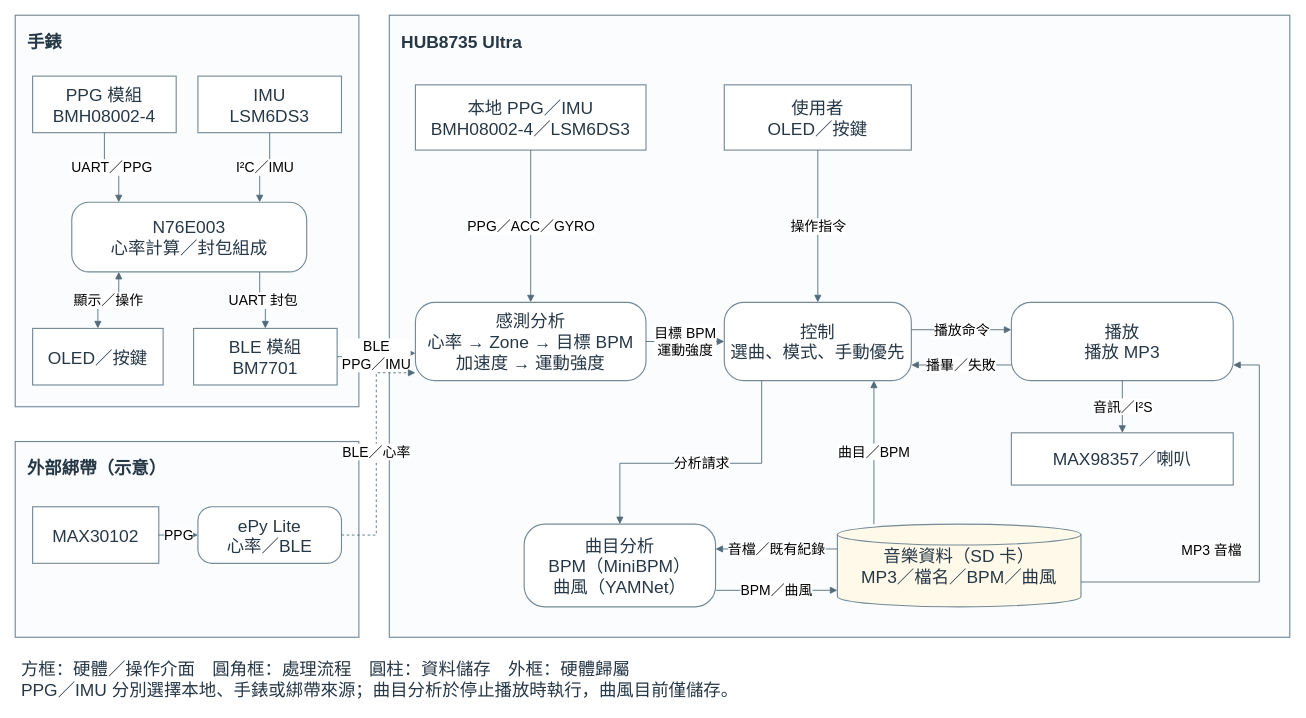
Above: page "系統資料流程圖" (1 of 2) of docs/project-overview/system_architecture.drawio in Squirrel-li/hear-your-heart (draw.io), before the change. Source tidied: cells renumbered, new cells numbered last; positions are measured from the earlier drawing's top-left corner, leaving out a move shared by most shapes. Both pictures are drawn from the tidied source at 87%, with x=0, y=0 at pixel (15, 15).
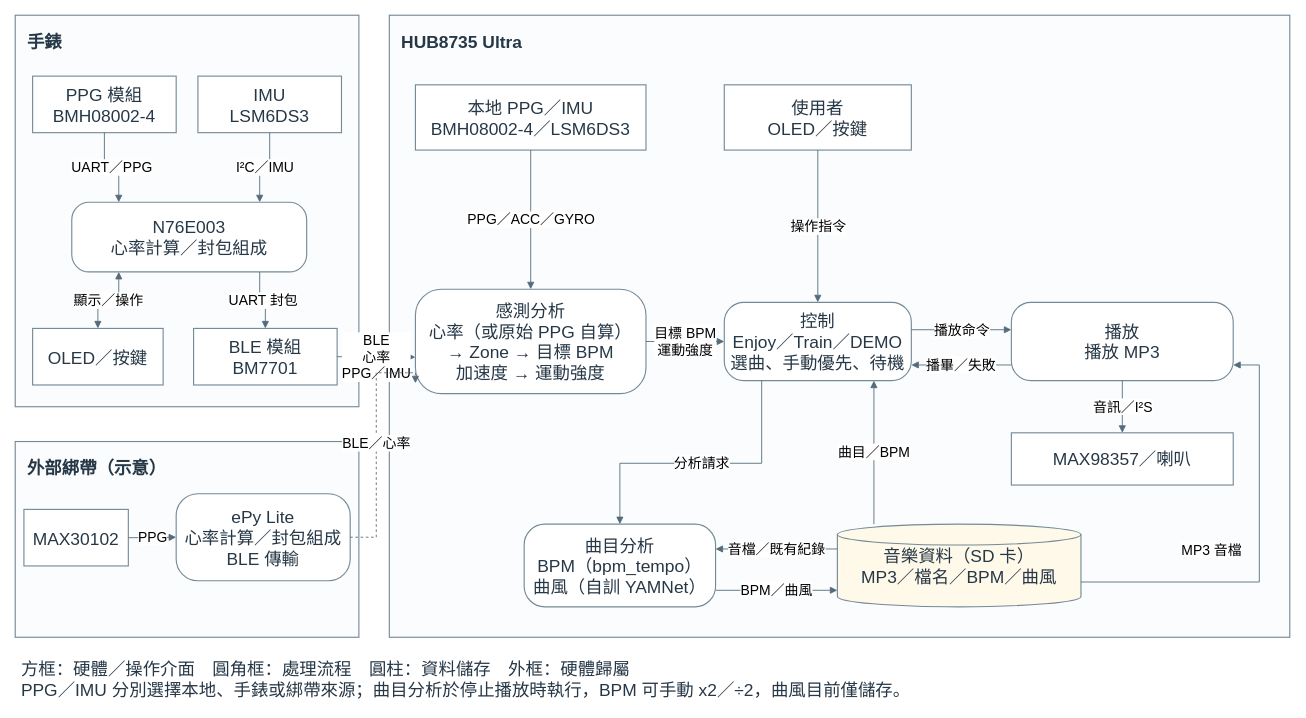
After the change.

Unchanged cells that the change refers to:
```xml
<mxCell id="8" value="BLE 模組&lt;br&gt;BM7701" style="whiteSpace=wrap;html=1;fontFamily=Microsoft JhengHei;fontSize=20;fontColor=#263746;strokeColor=#758a97;strokeWidth=1.3;rounded=0;fillColor=#ffffff;" parent="1" vertex="1">
  <mxGeometry x="205" y="360" width="165" height="65" as="geometry" />
</mxCell>
```

Change to the diagram source:
```diff
@@
     <mxCell id="10" value="MAX30102" style="whiteSpace=wrap;html=1;fontFamily=Microsoft JhengHei;fontSize=20;fontColor=#263746;strokeColor=#758a97;strokeWidth=1.3;rounded=0;fillColor=#ffffff;" parent="1" vertex="1">
-      <mxGeometry x="20" y="565" width="145" height="65" as="geometry" />
+      <mxGeometry x="10" y="568" width="120" height="65" as="geometry" />
     </mxCell>
-    <mxCell id="11" value="ePy Lite&lt;br&gt;心率／BLE" style="whiteSpace=wrap;html=1;fontFamily=Microsoft JhengHei;fontSize=20;fontColor=#263746;strokeColor=#758a97;strokeWidth=1.3;rounded=1;arcSize=25;fillColor=#ffffff;" parent="1" vertex="1">
-      <mxGeometry x="210" y="565" width="165" height="65" as="geometry" />
+    <mxCell id="11" value="ePy Lite&lt;br&gt;心率計算／封包組成&lt;br&gt;BLE 傳輸" style="whiteSpace=wrap;html=1;fontFamily=Microsoft JhengHei;fontSize=20;fontColor=#263746;strokeColor=#758a97;strokeWidth=1.3;rounded=1;arcSize=25;fillColor=#ffffff;" parent="1" vertex="1">
+      <mxGeometry x="185" y="550" width="200" height="100" as="geometry" />
     </mxCell>
@@
-    <mxCell id="14" value="感測分析&lt;br&gt;心率 → Zone → 目標 BPM&lt;br&gt;加速度 → 運動強度" style="whiteSpace=wrap;html=1;fontFamily=Microsoft JhengHei;fontSize=20;fontColor=#263746;strokeColor=#758a97;strokeWidth=1.3;rounded=1;arcSize=25;fillColor=#ffffff;" parent="1" vertex="1">
-      <mxGeometry x="460" y="330" width="265" height="90" as="geometry" />
+    <mxCell id="14" value="感測分析&lt;br&gt;心率（或原始 PPG 自算）&lt;br&gt;→ Zone → 目標 BPM&lt;br&gt;加速度 → 運動強度" style="whiteSpace=wrap;html=1;fontFamily=Microsoft JhengHei;fontSize=20;fontColor=#263746;strokeColor=#758a97;strokeWidth=1.3;rounded=1;arcSize=25;fillColor=#ffffff;" parent="1" vertex="1">
+      <mxGeometry x="460" y="315" width="265" height="120" as="geometry" />
     </mxCell>
-    <mxCell id="15" value="控制&lt;br&gt;選曲、模式、手動優先" style="whiteSpace=wrap;html=1;fontFamily=Microsoft JhengHei;fontSize=20;fontColor=#263746;strokeColor=#758a97;strokeWidth=1.3;rounded=1;arcSize=25;fillColor=#ffffff;" parent="1" vertex="1">
+    <mxCell id="15" value="控制&lt;br&gt;Enjoy／Train／DEMO&lt;br&gt;選曲、手動優先、待機" style="whiteSpace=wrap;html=1;fontFamily=Microsoft JhengHei;fontSize=20;fontColor=#263746;strokeColor=#758a97;strokeWidth=1.3;rounded=1;arcSize=25;fillColor=#ffffff;" parent="1" vertex="1">
       <mxGeometry x="815" y="330" width="215" height="90" as="geometry" />
     </mxCell>
@@
-    <mxCell id="18" value="曲目分析&lt;br&gt;BPM（MiniBPM）&lt;br&gt;曲風（YAMNet）" style="whiteSpace=wrap;html=1;fontFamily=Microsoft JhengHei;fontSize=20;fontColor=#263746;strokeColor=#758a97;strokeWidth=1.3;rounded=1;arcSize=25;fillColor=#ffffff;" parent="1" vertex="1">
+    <mxCell id="18" value="曲目分析&lt;br&gt;BPM（bpm_tempo）&lt;br&gt;曲風（自訓 YAMNet）" style="whiteSpace=wrap;html=1;fontFamily=Microsoft JhengHei;fontSize=20;fontColor=#263746;strokeColor=#758a97;strokeWidth=1.3;rounded=1;arcSize=25;fillColor=#ffffff;" parent="1" vertex="1">
       <mxGeometry x="585" y="585" width="220" height="95" as="geometry" />
     </mxCell>
@@
-    <mxCell id="25" value="BLE&lt;br&gt;PPG／IMU" style="edgeStyle=orthogonalEdgeStyle;rounded=0;html=1;fontFamily=Microsoft JhengHei;fontSize=16;labelBackgroundColor=#ffffff;strokeColor=#536b7a;endArrow=block;exitX=1;exitY=0.5;entryX=0;entryY=0.65;" parent="1" edge="1" source="8" target="14">
+    <mxCell id="25" value="BLE&lt;br&gt;心率&lt;br&gt;PPG／IMU" style="edgeStyle=orthogonalEdgeStyle;rounded=0;html=1;fontFamily=Microsoft JhengHei;fontSize=16;labelBackgroundColor=#ffffff;strokeColor=#536b7a;endArrow=block;exitX=1;exitY=0.5;entryX=0;entryY=0.65;" parent="1" edge="1" source="8" target="14">
       <mxGeometry relative="1" as="geometry" />
     </mxCell>
     <mxCell id="26" value="BLE／心率" style="edgeStyle=orthogonalEdgeStyle;rounded=0;html=1;fontFamily=Microsoft JhengHei;fontSize=16;labelBackgroundColor=#ffffff;strokeColor=#536b7a;endArrow=block;dashed=1;exitX=1;exitY=0.5;entryX=0;entryY=0.9;" parent="1" edge="1" source="11" target="14">
       <mxGeometry relative="1" as="geometry">
         <Array as="points">
-          <mxPoint x="415" y="597" />
+          <mxPoint x="415" y="600" />
           <mxPoint x="415" y="411" />
         </Array>
       </mxGeometry>
     </mxCell>
@@
-    <mxCell id="38" value="方框：硬體／操作介面　圓角框：處理流程　圓柱：資料儲存　外框：硬體歸屬&lt;br&gt;PPG／IMU 分別選擇本地、手錶或綁帶來源；曲目分析於停止播放時執行，曲風目前僅儲存。" style="whiteSpace=wrap;html=1;fontFamily=Microsoft JhengHei;fontSize=20;fontColor=#263746;strokeColor=#758a97;strokeWidth=1.3;strokeColor=none;fillColor=none;align=left;" parent="1" vertex="1">
+    <mxCell id="38" value="方框：硬體／操作介面　圓角框：處理流程　圓柱：資料儲存　外框：硬體歸屬&lt;br&gt;PPG／IMU 分別選擇本地、手錶或綁帶來源；曲目分析於停止播放時執行，BPM 可手動 x2／÷2，曲風目前僅儲存。" style="whiteSpace=wrap;html=1;fontFamily=Microsoft JhengHei;fontSize=20;fontColor=#263746;strokeColor=#758a97;strokeWidth=1.3;strokeColor=none;fillColor=none;align=left;" parent="1" vertex="1">
       <mxGeometry x="5" y="735" width="1460" height="55" as="geometry" />
     </mxCell>
```
